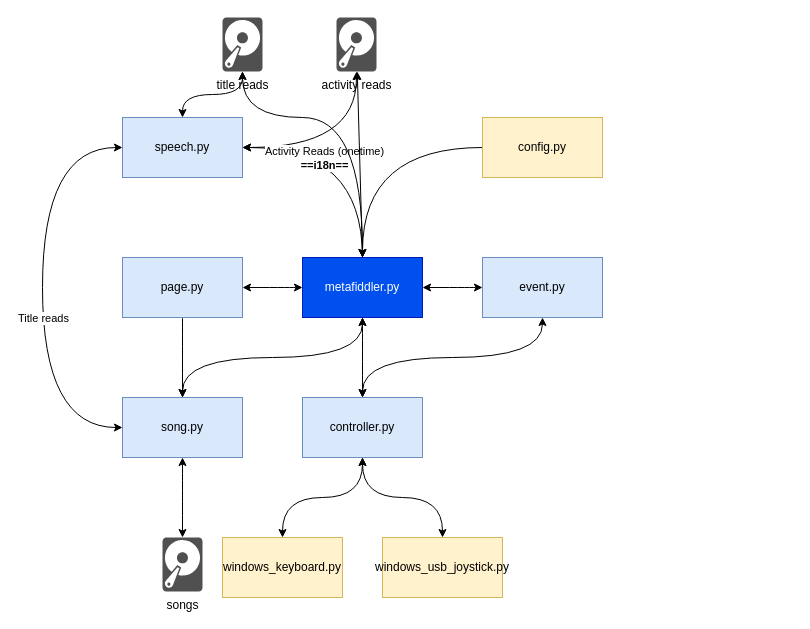
The draw.io diagram page "future state" (2 of 2) of .media/process-diagram.drawio in wmpollock/metafiddler, before the edit. Source tidied: cells renumbered, new cells numbered last; positions are measured from the earlier drawing's top-left corner, leaving out a move shared by most shapes. Both pictures are drawn from the tidied source at 100%, with x=0, y=0 at pixel (42, 17).
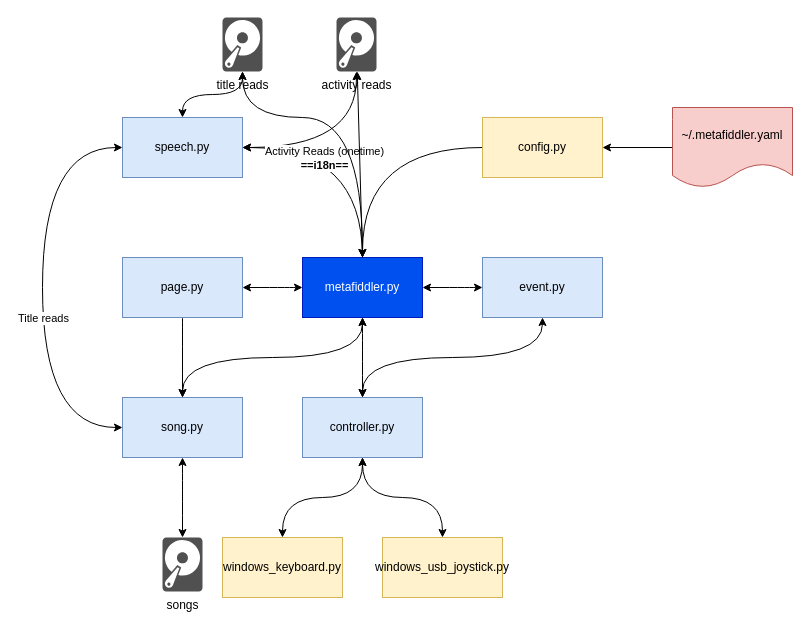
The same diagram, later.

Change to the diagram source:
```diff
@@
+    <mxCell id="32" style="edgeStyle=orthogonalEdgeStyle;rounded=0;jettySize=auto;html=1;" parent="1" edge="1" source="33">
+      <mxGeometry relative="1" as="geometry">
+        <mxPoint x="560" y="130" as="targetPoint" />
+      </mxGeometry>
+    </mxCell>
+    <mxCell id="33" value="~/.metafiddler.yaml" style="shape=document;whiteSpace=wrap;html=1;boundedLbl=1;fillColor=#f8cecc;strokeColor=#b85450;" parent="1" vertex="1">
+      <mxGeometry x="630" y="90" width="120" height="80" as="geometry" />
+    </mxCell>
```
